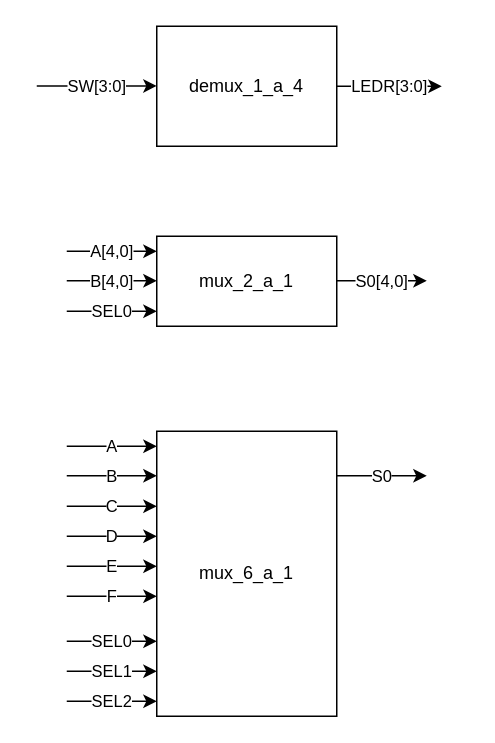
carloszlopez/DigitalDesignClass keeps this draw.io diagram as page "Muxes y Demuxes" (3 of 3) of media/Designs.drawio. Above is the earlier version. Source tidied: cells renumbered, new cells numbered last; positions are measured from the earlier drawing's top-left corner, leaving out a move shared by most shapes. Both pictures are drawn from the tidied source at 150%, with x=0, y=0 at pixel (36, 26).
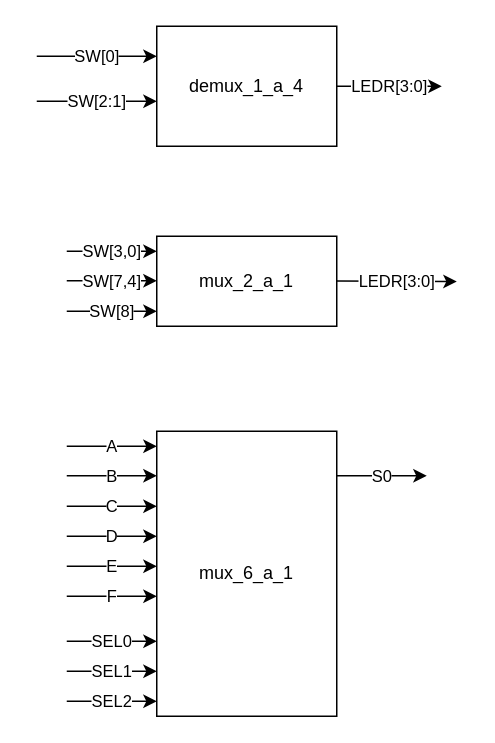
The same diagram, later.

What changed in the source:
```diff
@@
-    <mxCell id="3" value="A[4,0]" style="endArrow=classic;html=1;rounded=0;entryX=0;entryY=0.5;entryDx=0;entryDy=0;" parent="1" edge="1">
+    <mxCell id="3" value="SW[3,0]" style="endArrow=classic;html=1;rounded=0;entryX=0;entryY=0.5;entryDx=0;entryDy=0;" parent="1" edge="1">
       <mxGeometry relative="1" as="geometry">
         <mxPoint x="20" y="150" as="sourcePoint" />
         <mxPoint x="80" y="150" as="targetPoint" />
       </mxGeometry>
     </mxCell>
-    <mxCell id="4" value="B[4,0]" style="endArrow=classic;html=1;rounded=0;entryX=0;entryY=0.5;entryDx=0;entryDy=0;" parent="1" edge="1">
+    <mxCell id="4" value="SW[7,4]" style="endArrow=classic;html=1;rounded=0;entryX=0;entryY=0.5;entryDx=0;entryDy=0;" parent="1" edge="1">
       <mxGeometry relative="1" as="geometry">
         <mxPoint x="20" y="169.7" as="sourcePoint" />
         <mxPoint x="80" y="169.7" as="targetPoint" />
       </mxGeometry>
     </mxCell>
-    <mxCell id="5" value="S0[4,0]" style="endArrow=classic;html=1;rounded=0;entryX=0;entryY=0.5;entryDx=0;entryDy=0;" parent="1" edge="1">
+    <mxCell id="5" value="LEDR[3:0]" style="endArrow=classic;html=1;rounded=0;" parent="1" edge="1">
       <mxGeometry relative="1" as="geometry">
-        <mxPoint x="200" y="169.7" as="sourcePoint" />
-        <mxPoint x="260" y="169.7" as="targetPoint" />
+        <mxPoint x="200" y="169.8" as="sourcePoint" />
+        <mxPoint x="280" y="170.2" as="targetPoint" />
       </mxGeometry>
     </mxCell>
-    <mxCell id="6" value="SEL0" style="endArrow=classic;html=1;rounded=0;entryX=0;entryY=0.5;entryDx=0;entryDy=0;" parent="1" edge="1">
+    <mxCell id="6" value="SW[8]" style="endArrow=classic;html=1;rounded=0;entryX=0;entryY=0.5;entryDx=0;entryDy=0;" parent="1" edge="1">
       <mxGeometry relative="1" as="geometry">
         <mxPoint x="20" y="190" as="sourcePoint" />
         <mxPoint x="80" y="190" as="targetPoint" />
       </mxGeometry>
     </mxCell>
@@
-    <mxCell id="19" value="SW[3:0]" style="endArrow=classic;html=1;rounded=0;entryX=0;entryY=0.5;entryDx=0;entryDy=0;" parent="1" edge="1">
+    <mxCell id="19" value="SW[0]" style="endArrow=classic;html=1;rounded=0;entryX=0;entryY=0.5;entryDx=0;entryDy=0;" parent="1" edge="1">
       <mxGeometry relative="1" as="geometry">
-        <mxPoint y="39.8" as="sourcePoint" />
-        <mxPoint x="80" y="39.8" as="targetPoint" />
+        <mxPoint y="20" as="sourcePoint" />
+        <mxPoint x="80" y="20" as="targetPoint" />
       </mxGeometry>
     </mxCell>
@@
+    <mxCell id="21" value="SW[2:1]" style="endArrow=classic;html=1;rounded=0;entryX=0;entryY=0.5;entryDx=0;entryDy=0;" parent="1" edge="1">
+      <mxGeometry relative="1" as="geometry">
+        <mxPoint y="50" as="sourcePoint" />
+        <mxPoint x="80" y="50" as="targetPoint" />
+      </mxGeometry>
+    </mxCell>
```
